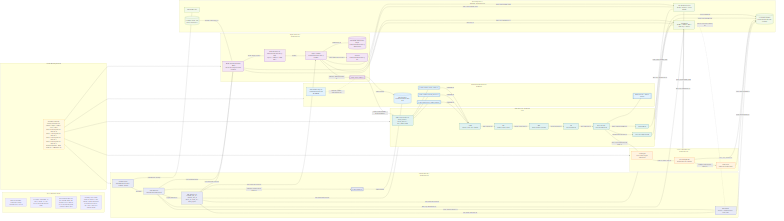
Above: docs/design/platform/dev_full/graph/readiness/dev_full_platform_network_production_ready_current_v0.mermaid.png in EsosaOrumwese/fraud-detection-system (Mermaid), before the change. Its source is kept beside it as docs/design/platform/dev_full/graph/readiness/dev_full_platform_network_production_ready_current_v0.mermaid.mmd.
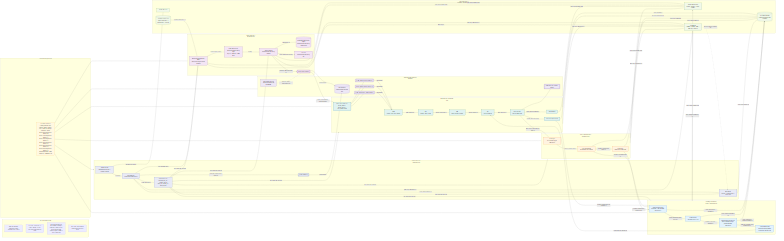
After the change.

Commit message:
Close Phase 6 learning coupled readiness

The edit, as a diff of the source:
```diff
@@ -8,12 +8,12 @@
   subgraph LEGEND["How to Read This Graph"]
     L1["Only the currently promoted working-platform core is shown"]
     L2["If a plane, component, or path is absent, it is not part of the ready-network claim"]
-    L3["The promoted network now includes RTDL and coupled Case + Label on top of the already-green Control + Ingress base"]
-    L4["Learning is now plane-ready on 2026-03-12 but remains absent until Phase 6 coupled proof closes; Ops / Gov / Meta also remain absent"]
+    L3["The promoted network now includes Learning + Evolution / MLOps on top of the already-green Control + Ingress + RTDL + Case + Label core"]
+    L4["Ops / Gov / Meta remain absent until later proof closes"]
   end
 
   subgraph READYNOTE["Current Working Platform"]
-    NOTE["Currently promoted working-platform core:<br>Control + Ingress + RTDL + Case + Label<br>Phase 0 closed green on 2026-03-10<br>Phase 1 closed green on 2026-03-11<br>Phase 3 closed green on 2026-03-11<br>Phase 4 closed green on 2026-03-12<br>Declared envelope: 3000 steady eps / 6000 burst eps"]
+    NOTE["Currently promoted working-platform core:<br>Control + Ingress + RTDL + Case + Label + Learning + Evolution / MLOps<br>Phase 0 closed green on 2026-03-10<br>Phase 1 closed green on 2026-03-11<br>Phase 3 closed green on 2026-03-11<br>Phase 4 closed green on 2026-03-12<br>Phase 5 closed green on 2026-03-12<br>Phase 6 closed green on 2026-03-12<br>Declared envelope: 3000 steady eps / 6000 burst eps"]
   end
 
   subgraph CONTROL["Control Network - Promoted Core"]
@@ -50,6 +50,13 @@
     LS["Label Store<br>authoritative label truth"]
   end
 
+  subgraph LEARNING["Learning + Evolution / MLOps - Promoted Core"]
+    OFS["Offline Feature Plane<br>Databricks / OFS bounded dataset basis"]
+    MF["Model Factory<br>SageMaker train / eval"]
+    MPR["Model Promotion & Registry<br>MLflow-backed lineage + governed bundle publication"]
+    ACTIVEBUNDLE["Active bundle truth<br>promoted learning bundle resolved on runtime path"]
+  end
+
   subgraph TRANSPORT["Promoted Event Transport Boundary"]
     MSK[("MSK Serverless<br>fraud-platform-dev-full-msk")]
     GLUEREG["Glue Schema Registry<br>fraud-platform-dev-full<br>BACKWARD"]
@@ -62,7 +69,7 @@
   subgraph SUPPORT["Supporting Trust / Evidence - Promoted Core"]
     OIDC["GitHub OIDC trust"]
     SSM["SSM Parameter Store<br>API key / brokers / active handles"]
-    OBJ[("S3 object/oracle store<br>ingress replay basis")]
+    OBJ[("S3 object/oracle store<br>ingress replay basis + learning basis / registry")]
     EVID[("S3 evidence bucket<br>fraud-platform-dev-full-evidence")]
     CW["CloudWatch<br>APIGW / Lambda / WSP / RTDL logs + metrics"]
   end
@@ -71,6 +78,7 @@
   NOTE --> INGRESS
   NOTE --> RTDL
   NOTE --> CASELABEL
+  NOTE --> LEARNING
   NOTE --> TRANSPORT
 
   GHA -->|authenticates through| OIDC
@@ -86,6 +94,7 @@
   RUNID -->|pins active run scope for| IGLAMBDA
   RUNID -->|pins active run scope for| RTDL
   RUNID -->|pins active run scope for| CASELABEL
+  RUNID -->|pins active run scope for| LEARNING
   RUNID -->|pins active run scope for| RUNCTL
 
   WSP -->|pushes ingress load to| HTTPAPI
@@ -113,20 +122,34 @@
   DL -->|emits case-worthy decision truth to| CTRIG
   CTRIG -->|opens or reuses cases in| CM
   CM -->|commits authoritative labels to| LS
+
+  DLA -->|provides runtime decision evidence to| OFS
+  CM -->|provides case-linked truth to| OFS
+  LS -->|provides authoritative supervision to| OFS
+  OFS -->|builds bounded learning basis for| MF
+  MF -->|commits train/eval evidence to| MPR
+  MPR -->|publishes governed active bundle truth as| ACTIVEBUNDLE
+  ACTIVEBUNDLE -->|resolved by live runtime for| DF
+
   ARCH -->|stores evidence in| EVID
   DLA -->|stores proof continuity in| EVID
   CM -->|stores case evidence in| EVID
   LS -->|stores label evidence in| EVID
+  OFS -->|stores dataset-basis evidence in| EVID
+  MF -->|stores train/eval evidence in| EVID
+  MPR -->|stores promotion / rollback evidence in| EVID
   RUNCTL -->|stores proof receipts in| EVID
 
   IGLAMBDA -->|reads active handles from| SSM
   WSP -->|reads active handles from| SSM
   RTDL -->|reads active handles from| SSM
   CASELABEL -->|reads active handles from| SSM
+  LEARNING -->|reads active handles from| SSM
   IGLAMBDA -->|emits logs and metrics to| CW
   WSP -->|emits logs to| CW
   RTDL -->|emits logs and metrics to| CW
   CASELABEL -->|emits logs and metrics to| CW
+  LEARNING -->|emits managed telemetry to| CW
   SFN -->|emits logs and metrics to| CW
   CW -. exposes operator visibility for .-> RUNCTL
 
@@ -135,7 +158,8 @@
   classDef ingress fill:#f3e5f5,stroke:#6a1b9a,color:#111,stroke-width:1.3px;
   classDef rtdl fill:#e0f2f1,stroke:#00695c,color:#111,stroke-width:1.3px;
   classDef caselabel fill:#fff3e0,stroke:#ef6c00,color:#111,stroke-width:1.3px;
-  classDef transport fill:#e3f2fd,stroke:#1565c0,color:#111,stroke-width:1.3px;
+  classDef learning fill:#e3f2fd,stroke:#1565c0,color:#111,stroke-width:1.3px;
+  classDef transport fill:#ede7f6,stroke:#5e35b1,color:#111,stroke-width:1.3px;
   classDef support fill:#f1f8e9,stroke:#558b2f,color:#111,stroke-width:1.3px;
 
   class NOTE note;
@@ -143,5 +167,6 @@
   class WSP,HTTPAPI,IGLAMBDA,IGDLQ,IGDDB,TTRAFFIC ingress;
   class RINTAKE,CSFB,IEG,OFP,DF,DL,DLA,ARCH rtdl;
   class CTRIG,CM,LS caselabel;
+  class OFS,MF,MPR,ACTIVEBUNDLE learning;
   class MSK,GLUEREG,TCTXA,TCTXE,TFLOW,TDEC transport;
   class OIDC,SSM,OBJ,EVID,CW support;
```
